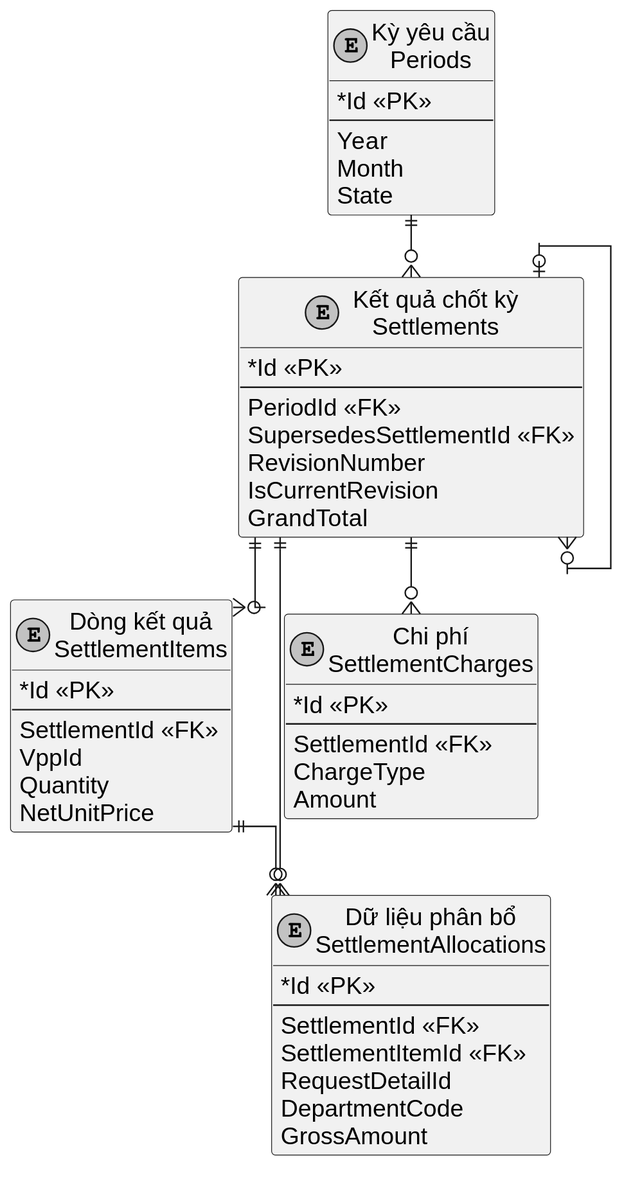
This is LVTN/diagrams/ch03/data-models/06-logical-settlement.svg from Miikey24s/gtas_vpp, a PlantUML export, as it was before one commit.
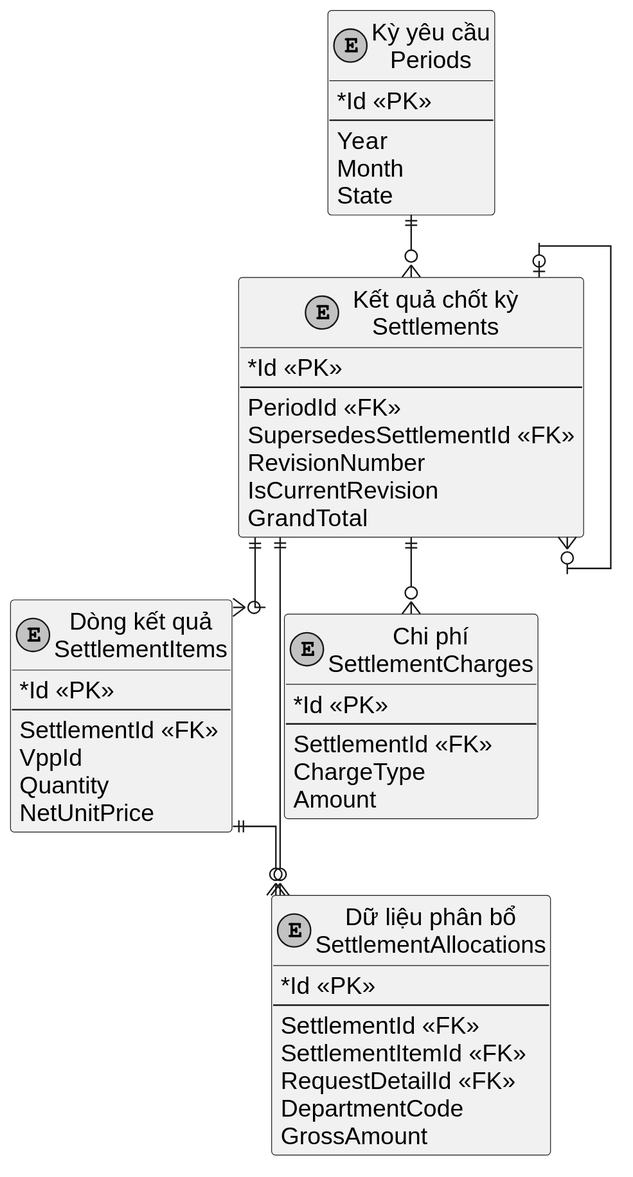
After the change.

What changed in the source:
```diff
@@ -52,7 +52,7 @@
   --
   SettlementId <<FK>>
   SettlementItemId <<FK>>
-  RequestDetailId
+  RequestDetailId <<FK>>
   DepartmentCode
   GrossAmount
 }
```
